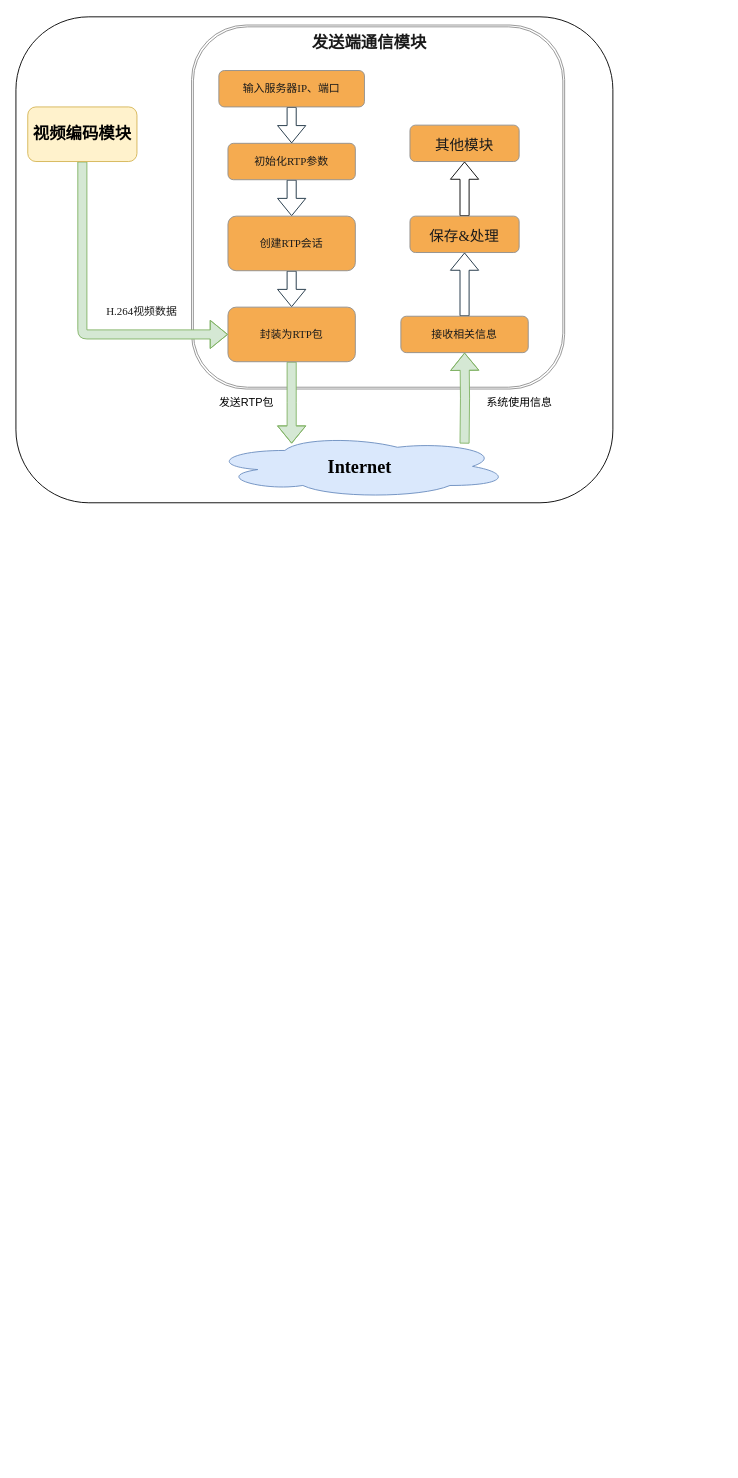
This is send.drawio from Bright-Hsu/Real-Time-Trans-Server, a draw.io file, before an edit. Source tidied: cells renumbered, new cells numbered last; positions are measured from the earlier drawing's top-left corner, leaving out a move shared by most shapes. Both pictures are drawn from the tidied source at 91%, with x=0, y=0 at pixel (15, 15).
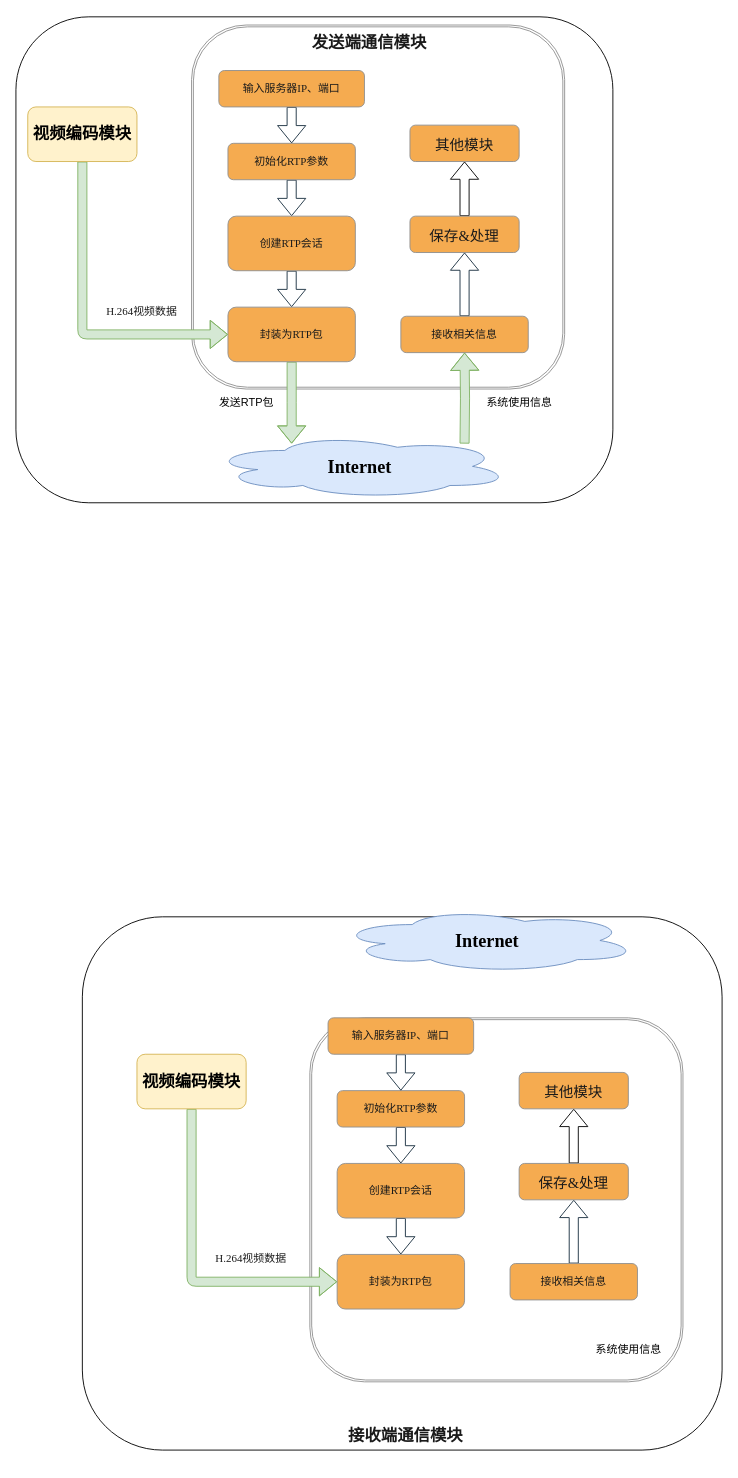
After the change.

The edit, as a diff of the source:
```diff
@@
+    <mxCell id="25" style="rounded=1;whiteSpace=wrap;html=1;fillColor=none;" parent="1" vertex="1">
+      <mxGeometry x="73" y="990" width="703" height="586" as="geometry" />
+    </mxCell>
@@
+    <mxCell id="26" style="shape=ext;double=1;rounded=1;whiteSpace=wrap;html=1;fillColor=none;fontFamily=Times New Roman;labelBackgroundColor=none;strokeColor=#909090;fontColor=#1A1A1A;" parent="1" vertex="1">
+      <mxGeometry x="323" y="1101" width="410" height="400" as="geometry" />
+    </mxCell>
+    <mxCell id="27" style="edgeStyle=orthogonalEdgeStyle;rounded=1;jettySize=auto;html=1;shape=flexArrow;fontFamily=Times New Roman;labelBackgroundColor=none;strokeColor=#182E3E;fontColor=default;" parent="1" edge="1" source="28" target="30">
+      <mxGeometry relative="1" as="geometry" />
+    </mxCell>
+    <mxCell id="28" value="初始化RTP参数" style="rounded=1;whiteSpace=wrap;html=1;fontFamily=Times New Roman;labelBackgroundColor=none;fillColor=#F5AB50;strokeColor=#909090;fontColor=#1A1A1A;" parent="1" vertex="1">
+      <mxGeometry x="353" y="1181" width="140" height="40" as="geometry" />
+    </mxCell>
+    <mxCell id="29" style="edgeStyle=orthogonalEdgeStyle;rounded=1;jettySize=auto;html=1;shape=flexArrow;fontFamily=Times New Roman;labelBackgroundColor=none;strokeColor=#182E3E;fontColor=default;" parent="1" edge="1" source="30" target="33">
+      <mxGeometry relative="1" as="geometry" />
+    </mxCell>
+    <mxCell id="30" value="创建RTP会话" style="rounded=1;whiteSpace=wrap;html=1;fontFamily=Times New Roman;labelBackgroundColor=none;fillColor=#F5AB50;strokeColor=#909090;fontColor=#1A1A1A;" parent="1" vertex="1">
+      <mxGeometry x="353" y="1261" width="140" height="60" as="geometry" />
+    </mxCell>
+    <mxCell id="31" style="edgeStyle=orthogonalEdgeStyle;rounded=1;jettySize=auto;html=1;entryX=0.5;entryY=0;entryDx=0;entryDy=0;shape=flexArrow;fontFamily=Times New Roman;labelBackgroundColor=none;strokeColor=#182E3E;fontColor=default;" parent="1" edge="1" source="32" target="28">
+      <mxGeometry relative="1" as="geometry" />
+    </mxCell>
+    <mxCell id="32" value="输入服务器IP、端口" style="rounded=1;whiteSpace=wrap;html=1;fontFamily=Times New Roman;labelBackgroundColor=none;fillColor=#F5AB50;strokeColor=#909090;fontColor=#1A1A1A;" parent="1" vertex="1">
+      <mxGeometry x="343" y="1101" width="160" height="40" as="geometry" />
+    </mxCell>
+    <mxCell id="33" value="封装为RTP包" style="rounded=1;whiteSpace=wrap;html=1;fontFamily=Times New Roman;labelBackgroundColor=none;fillColor=#F5AB50;strokeColor=#909090;fontColor=#1A1A1A;" parent="1" vertex="1">
+      <mxGeometry x="353" y="1361" width="140" height="60" as="geometry" />
+    </mxCell>
+    <mxCell id="34" style="edgeStyle=orthogonalEdgeStyle;rounded=1;jettySize=auto;html=1;shape=flexArrow;fontFamily=Times New Roman;labelBackgroundColor=none;strokeColor=#82b366;fontColor=default;fillColor=#d5e8d4;" parent="1" edge="1" source="35" target="33">
+      <mxGeometry relative="1" as="geometry">
+        <Array as="points">
+          <mxPoint x="193" y="1391" />
+        </Array>
+      </mxGeometry>
+    </mxCell>
+    <mxCell id="35" value="&lt;font style=&quot;font-size: 18px;&quot;&gt;&lt;b&gt;视频编码模块&lt;/b&gt;&lt;/font&gt;" style="rounded=1;whiteSpace=wrap;html=1;fontFamily=Times New Roman;labelBackgroundColor=none;fillColor=#fff2cc;strokeColor=#d6b656;" parent="1" vertex="1">
+      <mxGeometry x="133" y="1141" width="120" height="60" as="geometry" />
+    </mxCell>
+    <mxCell id="36" value="&lt;h2&gt;&lt;b&gt;&lt;font style=&quot;font-size: 18px;&quot;&gt;接收端通信模块&lt;/font&gt;&lt;/b&gt;&lt;/h2&gt;" style="text;html=1;align=center;verticalAlign=middle;strokeColor=none;fillColor=none;fontFamily=Times New Roman;rounded=1;labelBackgroundColor=none;fontColor=#1A1A1A;" parent="1" vertex="1">
+      <mxGeometry x="353" y="1530" width="150" height="60" as="geometry" />
+    </mxCell>
+    <mxCell id="37" value="H.264视频数据" style="text;html=1;align=center;verticalAlign=middle;strokeColor=none;fillColor=none;fontFamily=Times New Roman;rounded=1;labelBackgroundColor=none;fontColor=#1A1A1A;" parent="1" vertex="1">
+      <mxGeometry x="193" y="1351" width="130" height="30" as="geometry" />
+    </mxCell>
+    <mxCell id="38" value="&lt;b&gt;Internet&lt;/b&gt;" style="ellipse;shape=cloud;whiteSpace=wrap;html=1;fontFamily=Times New Roman;fillColor=#dae8fc;strokeColor=#6c8ebf;rounded=1;labelBackgroundColor=none;hachureGap=4;fontSize=20;" parent="1" vertex="1">
+      <mxGeometry x="353" y="981" width="330" height="70" as="geometry" />
+    </mxCell>
+    <mxCell id="39" style="edgeStyle=orthogonalEdgeStyle;rounded=0;hachureGap=4;jettySize=auto;html=1;strokeColor=#182E3E;fontFamily=Architects Daughter;fontSize=16;fontColor=#1A1A1A;shape=flexArrow;" parent="1" edge="1" source="40" target="42">
+      <mxGeometry relative="1" as="geometry" />
+    </mxCell>
+    <mxCell id="40" value="接收相关信息" style="rounded=1;whiteSpace=wrap;html=1;fontFamily=Times New Roman;labelBackgroundColor=none;fillColor=#F5AB50;strokeColor=#909090;fontColor=#1A1A1A;" parent="1" vertex="1">
+      <mxGeometry x="543" y="1371" width="140" height="40" as="geometry" />
+    </mxCell>
+    <mxCell id="41" style="edgeStyle=orthogonalEdgeStyle;rounded=0;jettySize=auto;html=1;shape=flexArrow;" parent="1" edge="1" source="42" target="44">
+      <mxGeometry relative="1" as="geometry" />
+    </mxCell>
+    <mxCell id="42" value="&lt;font style=&quot;font-size: 16px;&quot;&gt;保存&amp;amp;处理&lt;/font&gt;" style="whiteSpace=wrap;html=1;fontFamily=Times New Roman;fillColor=#F5AB50;strokeColor=#909090;fontColor=#1A1A1A;rounded=1;labelBackgroundColor=none;hachureGap=4;fontSize=20;" parent="1" vertex="1">
+      <mxGeometry x="553" y="1261" width="120" height="40" as="geometry" />
+    </mxCell>
+    <mxCell id="43" value="系统使用信息" style="text;html=1;align=center;verticalAlign=middle;strokeColor=none;fillColor=none;" parent="1" vertex="1">
+      <mxGeometry x="613" y="1451" width="120" height="30" as="geometry" />
+    </mxCell>
+    <mxCell id="44" value="&lt;span style=&quot;font-size: 16px;&quot;&gt;其他模块&lt;/span&gt;" style="whiteSpace=wrap;html=1;fontFamily=Times New Roman;fillColor=#F5AB50;strokeColor=#909090;fontColor=#1A1A1A;rounded=1;labelBackgroundColor=none;hachureGap=4;fontSize=20;" parent="1" vertex="1">
+      <mxGeometry x="553" y="1161" width="120" height="40" as="geometry" />
+    </mxCell>
```
